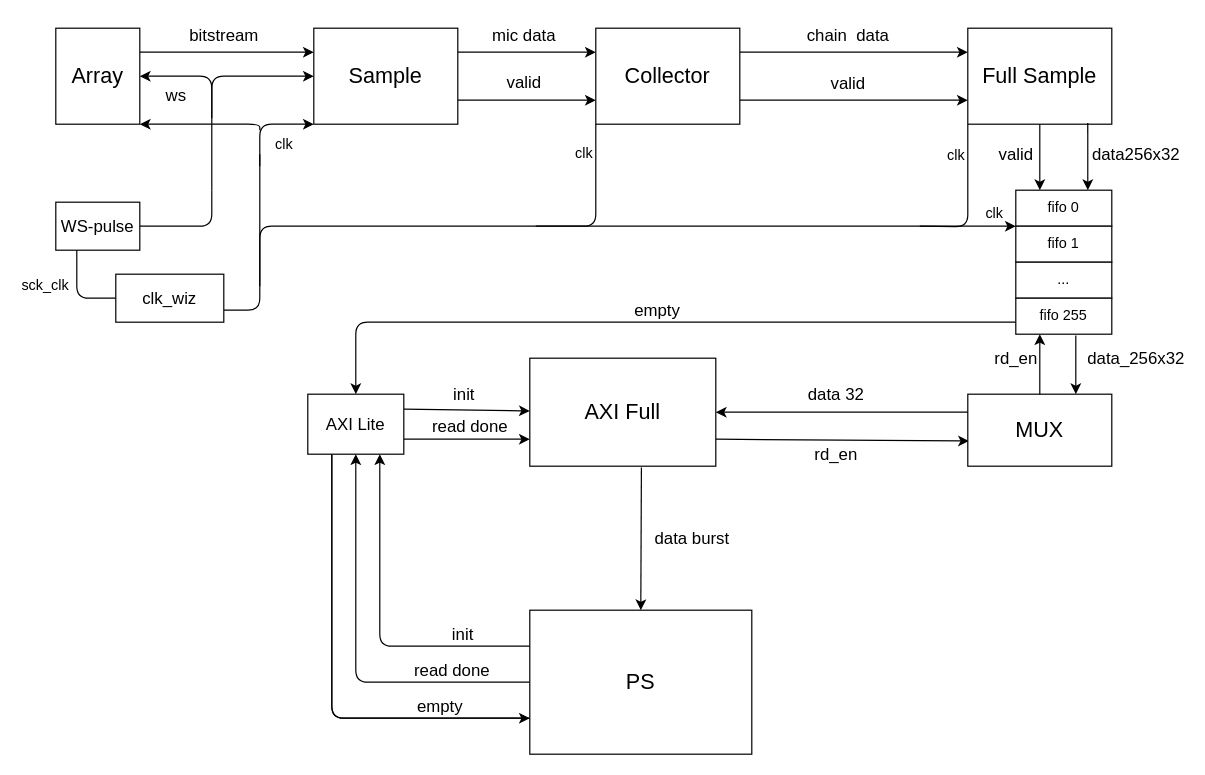
Before: doc/diagrams/full_diagram_axi_full.drawio in acoustic-warfare/FPGA-sampling, a draw.io diagram. Source tidied: cells renumbered, new cells numbered last; positions are measured from the earlier drawing's top-left corner, leaving out a move shared by most shapes. Both pictures are drawn from the tidied source at 120%, with x=0, y=0 at pixel (55, 28).
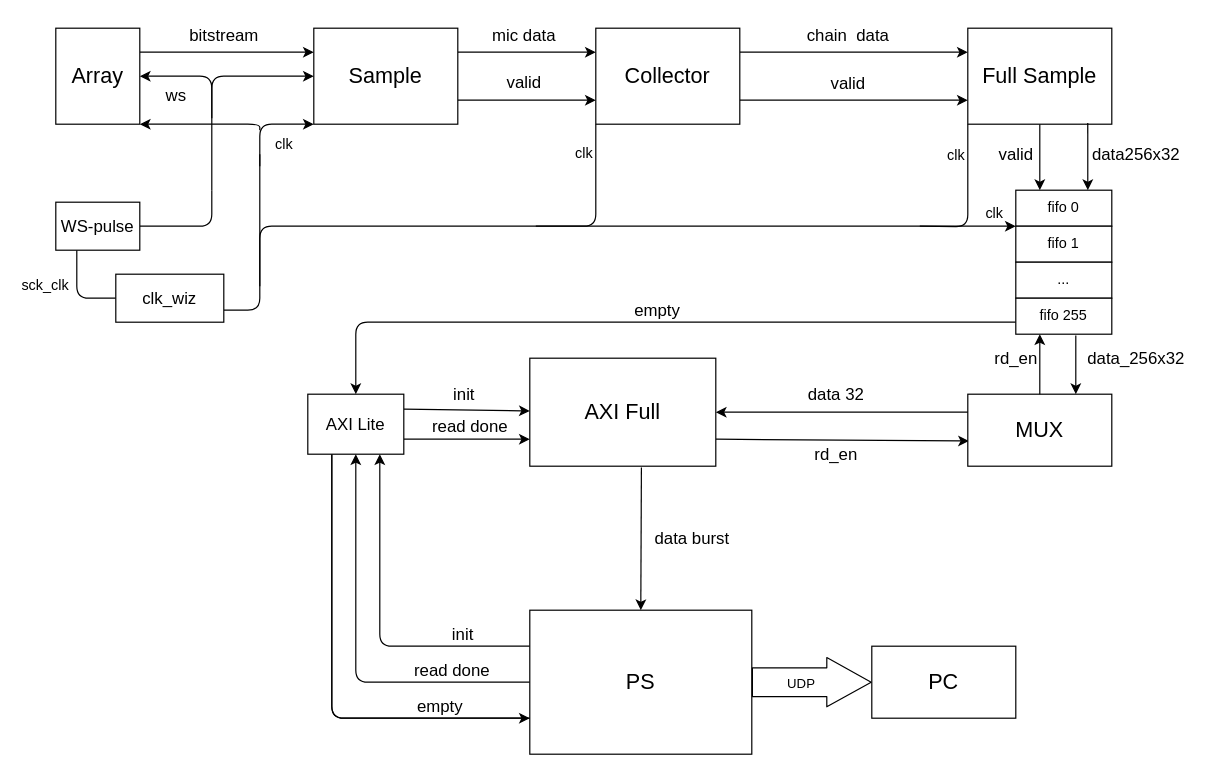
The same page after the edit.

The change refers to these unchanged cells:
```xml
<mxCell id="33" value="&lt;font style=&quot;font-size: 18px;&quot;&gt;PS&lt;/font&gt;" style="whiteSpace=wrap;html=1;" parent="1" vertex="1">
  <mxGeometry x="395" y="485" width="185" height="120" as="geometry" />
</mxCell>
```

Diff of the diagram source:
```diff
@@
+    <mxCell id="46" style="shape=flexArrow;endArrow=classic;html=1;exitX=1;exitY=0.5;exitDx=0;exitDy=0;endWidth=16;endSize=12;width=24;" parent="1" edge="1" source="33">
+      <mxGeometry relative="1" as="geometry">
+        <mxPoint x="680" y="545" as="targetPoint" />
+      </mxGeometry>
+    </mxCell>
+    <mxCell id="47" value="UDP" style="edgeLabel;html=1;align=center;verticalAlign=middle;" parent="46" vertex="1">
+      <mxGeometry x="0.23" y="-3" relative="1" as="geometry">
+        <mxPoint x="-22" y="-3" as="offset" />
+      </mxGeometry>
+    </mxCell>
+    <mxCell id="48" value="&lt;font style=&quot;font-size: 18px;&quot;&gt;PC&lt;/font&gt;" style="rounded=0;whiteSpace=wrap;html=1;" parent="1" vertex="1">
+      <mxGeometry x="680" y="515" width="120" height="60" as="geometry" />
+    </mxCell>
```
